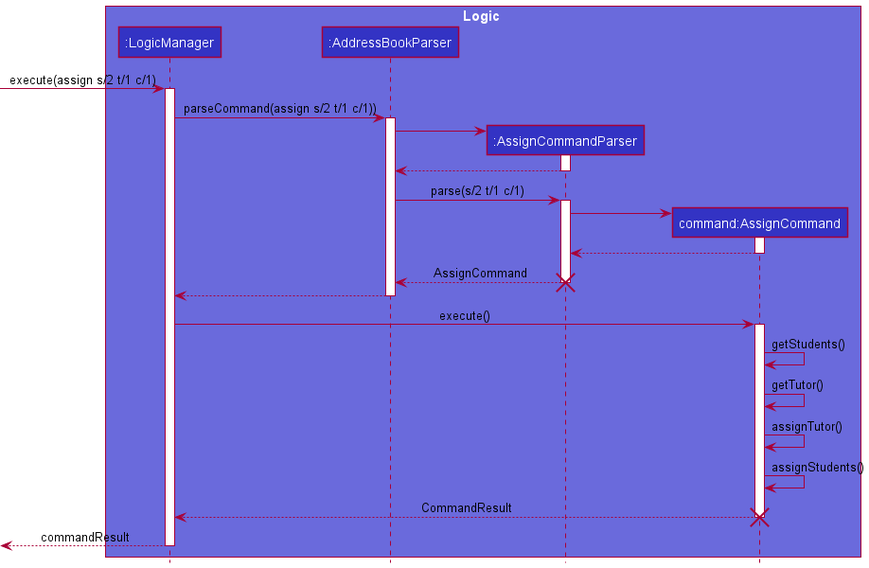
Before: docs/images/AssignSequenceDiagram.png, a diagram exported from PlantUML (nus-cs2103-AY2021S2/tp). Its diagram source:
```plantuml
@startuml
!include Style.puml

box Logic LOGIC_COLOR_T2
participant ":LogicManager" as LogicManager LOGIC_COLOR
participant ":AddressBookParser" as AddressBookParser LOGIC_COLOR
participant ":AssignCommandParser" as AssignCommandParser LOGIC_COLOR
participant "command:AssignCommand" as AssignCommand LOGIC_COLOR
end box

[-> LogicManager : execute(assign s/2 t/1 c/1)
activate LogicManager

LogicManager -> AddressBookParser : parseCommand(assign s/2 t/1 c/1))
activate AddressBookParser

create AssignCommandParser
AddressBookParser -> AssignCommandParser
activate AssignCommandParser

AssignCommandParser --> AddressBookParser
deactivate AssignCommandParser

AddressBookParser -> AssignCommandParser : parse(s/2 t/1 c/1)
activate AssignCommandParser

create AssignCommand
AssignCommandParser -> AssignCommand
activate AssignCommand

AssignCommand --> AssignCommandParser
deactivate AssignCommand

AssignCommandParser --> AddressBookParser : AssignCommand
deactivate AssignCommandParser
destroy AssignCommandParser

AddressBookParser --> LogicManager
deactivate AddressBookParser

LogicManager -> AssignCommand : execute()
activate AssignCommand

AssignCommand -> AssignCommand : getStudents()
AssignCommand -> AssignCommand : getTutor()
AssignCommand -> AssignCommand : assignTutor()
AssignCommand -> AssignCommand : assignStudents()

AssignCommand --> LogicManager : CommandResult
deactivate AssignCommand
destroy AssignCommand

LogicManager -->[ : commandResult
deactivate LogicManager



@enduml
```
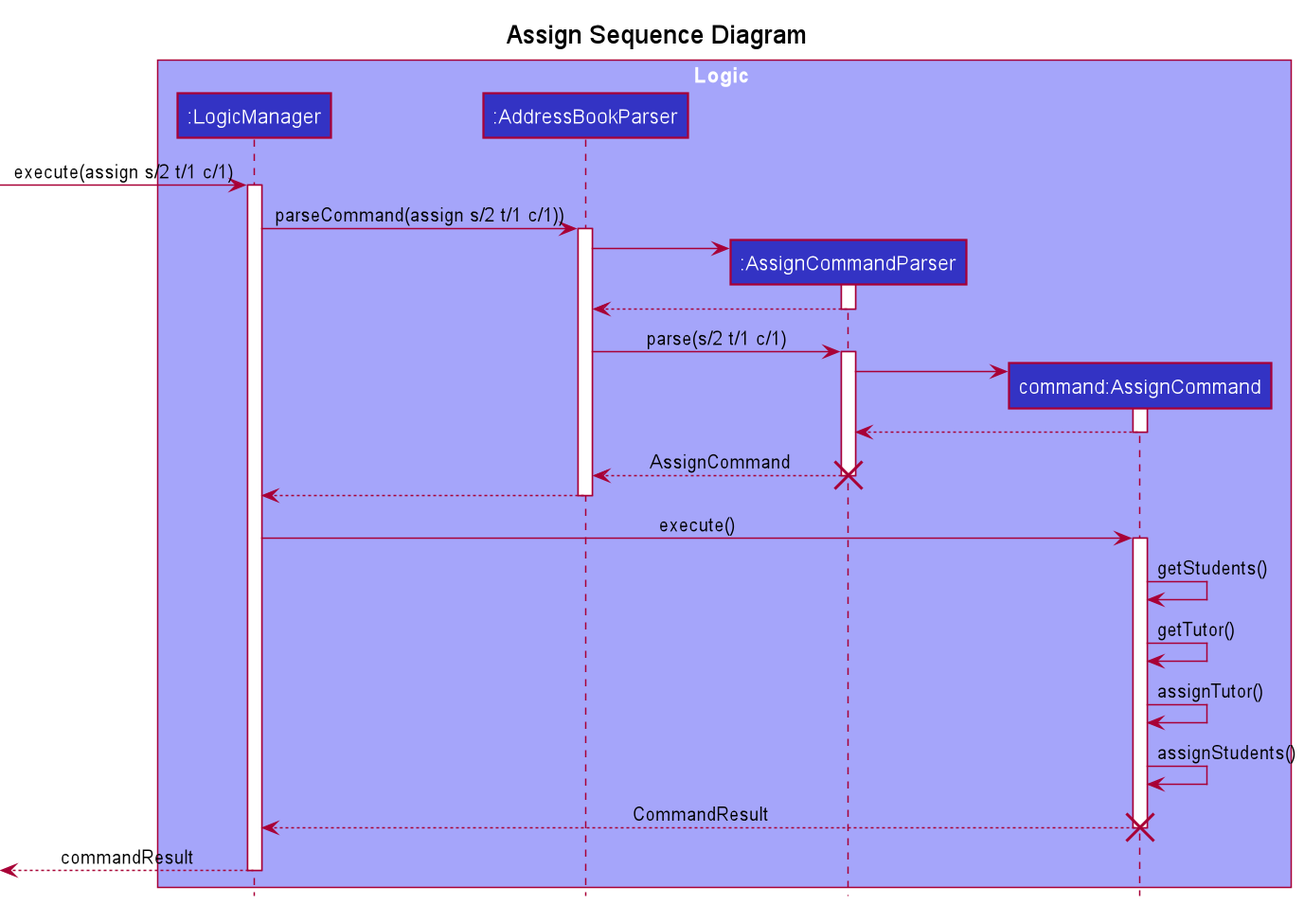
The same file after the commit.

Diff of the diagram source:
```diff
@@ -1,7 +1,11 @@
 @startuml
 !include Style.puml
 
-box Logic LOGIC_COLOR_T2
+hide footbox
+title Assign Sequence Diagram
+skinparam sequenceMessageAlign center
+
+box Logic LOGIC_COLOR_T1
 participant ":LogicManager" as LogicManager LOGIC_COLOR
 participant ":AddressBookParser" as AddressBookParser LOGIC_COLOR
 participant ":AssignCommandParser" as AssignCommandParser LOGIC_COLOR
```
